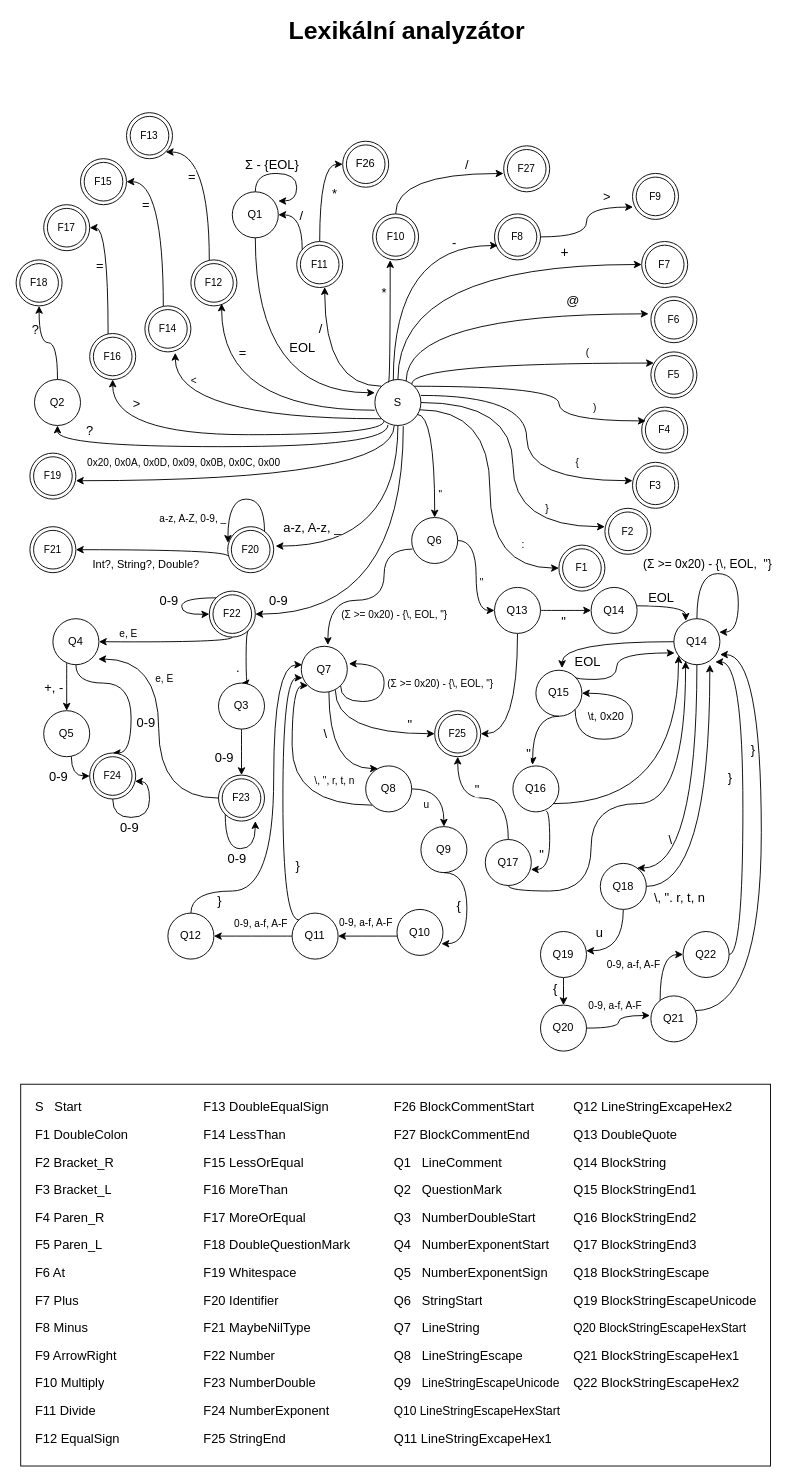
Before: doc/ifj23.drawio in IFJ23-Survivalists/IFJ23, a draw.io diagram. Source tidied: cells renumbered, new cells numbered last; positions are measured from the earlier drawing's top-left corner, leaving out a move shared by most shapes. Both pictures are drawn from the tidied source at 92%, with x=0, y=0 at pixel (16, 17).
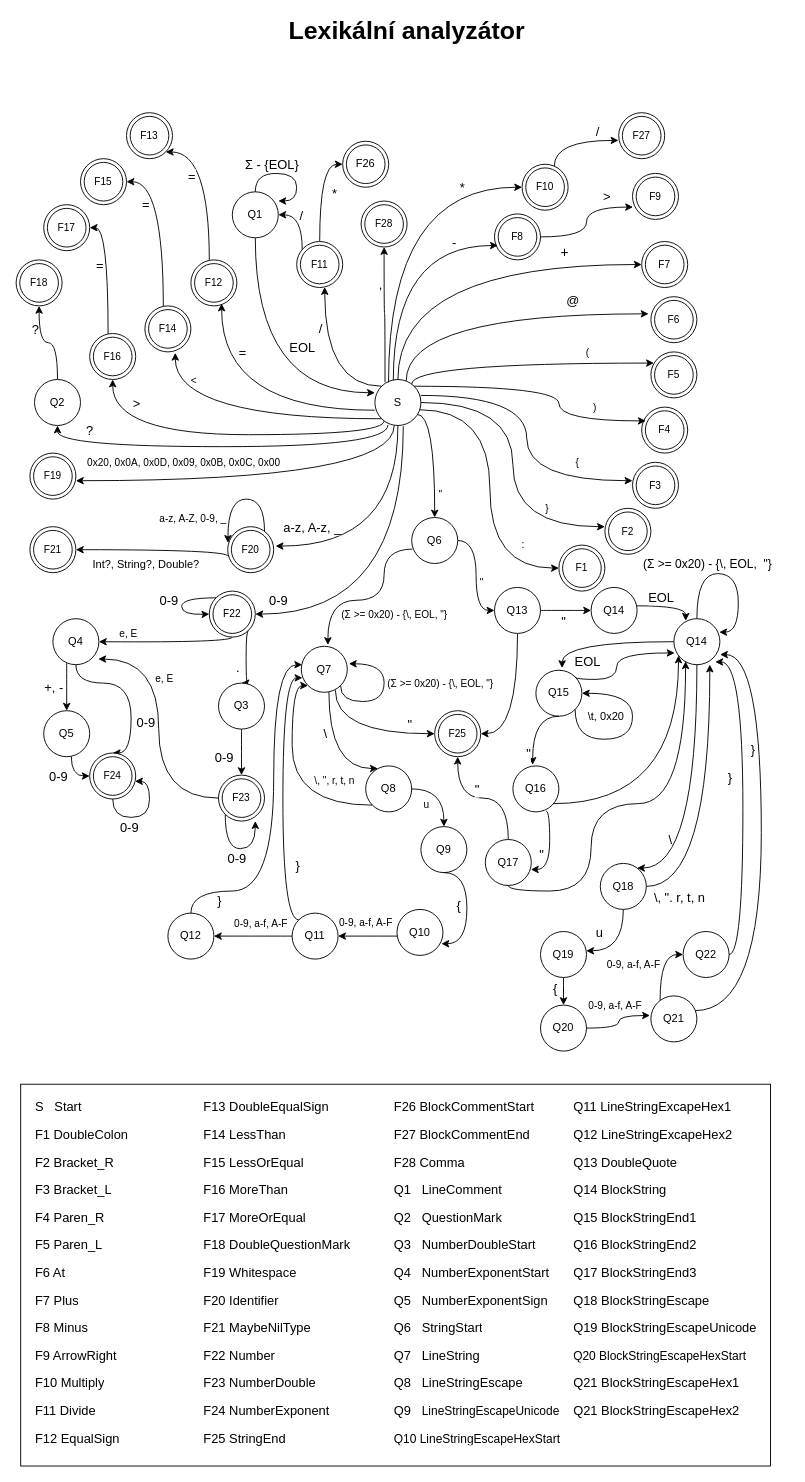
Above is the later version.

Commit message (it also covers changes not shown here):
Add support for comma and remove the combined image of the finite automata

Unchanged cells that the change refers to:
```xml
<mxCell id="16" value="S" style="ellipse;whiteSpace=wrap;html=1;" parent="1" vertex="1">
  <mxGeometry x="390" y="394" width="50" height="50" as="geometry" />
</mxCell>
```

Change to the diagram source:
```diff
@@
+    <mxCell id="245" style="edgeStyle=orthogonalEdgeStyle;rounded=0;jettySize=auto;html=1;exitX=0.22;exitY=0.06;exitDx=0;exitDy=0;curved=1;exitPerimeter=0;" parent="1" edge="1" source="16" target="247">
+      <mxGeometry relative="1" as="geometry" />
+    </mxCell>
+    <mxCell id="246" value="," style="edgeLabel;html=1;align=center;verticalAlign=middle;fontSize=14;" parent="245" vertex="1">
+      <mxGeometry x="0.19" y="1" relative="1" as="geometry">
+        <mxPoint x="-4" y="-20" as="offset" />
+      </mxGeometry>
+    </mxCell>
@@
     <mxCell id="168" value="Q13 DoubleQuote" style="text;strokeColor=none;fillColor=none;align=left;verticalAlign=middle;spacingLeft=4;spacingRight=4;overflow=hidden;whiteSpace=wrap;html=1;fontSize=14;fontFamily=Helvetica;fontColor=default;" parent="1" vertex="1">
-      <mxGeometry x="600" y="1200" width="190" height="30" as="geometry" />
+      <mxGeometry x="600" y="1230" width="190" height="30" as="geometry" />
     </mxCell>
     <mxCell id="169" value="Q1&amp;nbsp;&amp;nbsp; LineComment" style="text;strokeColor=none;fillColor=none;align=left;verticalAlign=middle;spacingLeft=4;spacingRight=4;overflow=hidden;whiteSpace=wrap;html=1;fontSize=14;fontFamily=Helvetica;fontColor=default;" parent="1" vertex="1">
-      <mxGeometry x="405" y="1230" width="200" height="30" as="geometry" />
+      <mxGeometry x="405" y="1260" width="200" height="30" as="geometry" />
     </mxCell>
@@
     <mxCell id="172" value="Q14 BlockString" style="text;strokeColor=none;fillColor=none;align=left;verticalAlign=middle;spacingLeft=4;spacingRight=4;overflow=hidden;whiteSpace=wrap;html=1;fontSize=14;fontFamily=Helvetica;fontColor=default;" parent="1" vertex="1">
-      <mxGeometry x="600" y="1230" width="190" height="30" as="geometry" />
+      <mxGeometry x="600" y="1260" width="190" height="30" as="geometry" />
     </mxCell>
@@
     <mxCell id="175" value="Q15 BlockStringEnd1" style="text;strokeColor=none;fillColor=none;align=left;verticalAlign=middle;spacingLeft=4;spacingRight=4;overflow=hidden;whiteSpace=wrap;html=1;fontSize=14;fontFamily=Helvetica;fontColor=default;" parent="1" vertex="1">
-      <mxGeometry x="600" y="1260" width="190" height="30" as="geometry" />
+      <mxGeometry x="600" y="1290" width="190" height="30" as="geometry" />
     </mxCell>
@@
     <mxCell id="178" value="Q16 BlockStringEnd2" style="text;strokeColor=none;fillColor=none;align=left;verticalAlign=middle;spacingLeft=4;spacingRight=4;overflow=hidden;whiteSpace=wrap;html=1;fontSize=14;fontFamily=Helvetica;fontColor=default;" parent="1" vertex="1">
-      <mxGeometry x="600" y="1290" width="190" height="30" as="geometry" />
+      <mxGeometry x="600" y="1320" width="190" height="30" as="geometry" />
     </mxCell>
     <mxCell id="179" value="Q2 &amp;nbsp; QuestionMark" style="text;strokeColor=none;fillColor=none;align=left;verticalAlign=middle;spacingLeft=4;spacingRight=4;overflow=hidden;whiteSpace=wrap;html=1;fontSize=14;fontFamily=Helvetica;fontColor=default;" parent="1" vertex="1">
-      <mxGeometry x="405" y="1260" width="200" height="30" as="geometry" />
+      <mxGeometry x="405" y="1290" width="200" height="30" as="geometry" />
     </mxCell>
@@
     <mxCell id="182" value="Q18 BlockStringEscape" style="text;strokeColor=none;fillColor=none;align=left;verticalAlign=middle;spacingLeft=4;spacingRight=4;overflow=hidden;whiteSpace=wrap;html=1;fontSize=14;fontFamily=Helvetica;fontColor=default;" parent="1" vertex="1">
-      <mxGeometry x="600" y="1350" width="190" height="30" as="geometry" />
+      <mxGeometry x="600" y="1380" width="190" height="30" as="geometry" />
     </mxCell>
     <mxCell id="183" value="Q3 &amp;nbsp; NumberDoubleStart" style="text;strokeColor=none;fillColor=none;align=left;verticalAlign=middle;spacingLeft=4;spacingRight=4;overflow=hidden;whiteSpace=wrap;html=1;fontSize=14;fontFamily=Helvetica;fontColor=default;" parent="1" vertex="1">
-      <mxGeometry x="405" y="1290" width="200" height="30" as="geometry" />
+      <mxGeometry x="405" y="1320" width="200" height="30" as="geometry" />
     </mxCell>
@@
     <mxCell id="186" value="Q19 BlockStringEscapeUnicode" style="text;strokeColor=none;fillColor=none;align=left;verticalAlign=middle;spacingLeft=4;spacingRight=4;overflow=hidden;whiteSpace=wrap;html=1;fontSize=14;fontFamily=Helvetica;fontColor=default;" parent="1" vertex="1">
-      <mxGeometry x="600" y="1380" width="210" height="30" as="geometry" />
+      <mxGeometry x="600" y="1410" width="210" height="30" as="geometry" />
     </mxCell>
     <mxCell id="187" value="&lt;div&gt;Q4&amp;nbsp;&amp;nbsp; NumberExponentStart&lt;/div&gt;" style="text;strokeColor=none;fillColor=none;align=left;verticalAlign=middle;spacingLeft=4;spacingRight=4;overflow=hidden;whiteSpace=wrap;html=1;fontSize=14;fontFamily=Helvetica;fontColor=default;" parent="1" vertex="1">
-      <mxGeometry x="405" y="1320" width="200" height="30" as="geometry" />
+      <mxGeometry x="405" y="1350" width="200" height="30" as="geometry" />
     </mxCell>
@@
     <mxCell id="190" value="Q20 BlockStringEscapeHexStart" style="text;strokeColor=none;fillColor=none;align=left;verticalAlign=middle;spacingLeft=4;spacingRight=4;overflow=hidden;whiteSpace=wrap;html=1;fontSize=13;fontFamily=Helvetica;fontColor=default;" parent="1" vertex="1">
-      <mxGeometry x="600" y="1410" width="210" height="30" as="geometry" />
+      <mxGeometry x="600" y="1440" width="210" height="30" as="geometry" />
     </mxCell>
     <mxCell id="191" value="Q5 &amp;nbsp; NumberExponentSign" style="text;strokeColor=none;fillColor=none;align=left;verticalAlign=middle;spacingLeft=4;spacingRight=4;overflow=hidden;whiteSpace=wrap;html=1;fontSize=14;fontFamily=Helvetica;fontColor=default;" parent="1" vertex="1">
-      <mxGeometry x="405" y="1350" width="200" height="30" as="geometry" />
+      <mxGeometry x="405" y="1380" width="200" height="30" as="geometry" />
     </mxCell>
@@
     <mxCell id="194" value="Q21 BlockStringEscapeHex1" style="text;strokeColor=none;fillColor=none;align=left;verticalAlign=middle;spacingLeft=4;spacingRight=4;overflow=hidden;whiteSpace=wrap;html=1;fontSize=14;fontFamily=Helvetica;fontColor=default;" parent="1" vertex="1">
-      <mxGeometry x="600" y="1440" width="205" height="30" as="geometry" />
+      <mxGeometry x="600" y="1470" width="205" height="30" as="geometry" />
     </mxCell>
     <mxCell id="195" value="Q6 &amp;nbsp; StringStart" style="text;strokeColor=none;fillColor=none;align=left;verticalAlign=middle;spacingLeft=4;spacingRight=4;overflow=hidden;whiteSpace=wrap;html=1;fontSize=14;fontFamily=Helvetica;fontColor=default;" parent="1" vertex="1">
-      <mxGeometry x="405" y="1380" width="200" height="30" as="geometry" />
+      <mxGeometry x="405" y="1410" width="200" height="30" as="geometry" />
     </mxCell>
@@
-    <mxCell id="198" value="Q22 BlockStringEscapeHex2" style="text;strokeColor=none;fillColor=none;align=left;verticalAlign=middle;spacingLeft=4;spacingRight=4;overflow=hidden;whiteSpace=wrap;html=1;fontSize=14;fontFamily=Helvetica;fontColor=default;" parent="1" vertex="1">
-      <mxGeometry x="600" y="1470" width="195" height="30" as="geometry" />
+    <mxCell id="198" value="Q21 BlockStringEscapeHex2" style="text;strokeColor=none;fillColor=none;align=left;verticalAlign=middle;spacingLeft=4;spacingRight=4;overflow=hidden;whiteSpace=wrap;html=1;fontSize=14;fontFamily=Helvetica;fontColor=default;" parent="1" vertex="1">
+      <mxGeometry x="600" y="1500" width="195" height="30" as="geometry" />
     </mxCell>
     <mxCell id="199" value="Q7 &amp;nbsp; LineString" style="text;strokeColor=none;fillColor=none;align=left;verticalAlign=middle;spacingLeft=4;spacingRight=4;overflow=hidden;whiteSpace=wrap;html=1;fontSize=14;fontFamily=Helvetica;fontColor=default;" parent="1" vertex="1">
-      <mxGeometry x="405" y="1410" width="200" height="30" as="geometry" />
+      <mxGeometry x="405" y="1440" width="200" height="30" as="geometry" />
     </mxCell>
@@
     <mxCell id="202" value="Q8 &amp;nbsp; LineStringEscape" style="text;strokeColor=none;fillColor=none;align=left;verticalAlign=middle;spacingLeft=4;spacingRight=4;overflow=hidden;whiteSpace=wrap;html=1;fontSize=14;fontFamily=Helvetica;fontColor=default;" parent="1" vertex="1">
-      <mxGeometry x="405" y="1440" width="200" height="30" as="geometry" />
+      <mxGeometry x="405" y="1470" width="200" height="30" as="geometry" />
     </mxCell>
@@
     <mxCell id="205" value="Q9 &amp;nbsp; &lt;font style=&quot;font-size: 13px;&quot;&gt;LineStringEscapeUnicode&lt;/font&gt;" style="text;strokeColor=none;fillColor=none;align=left;verticalAlign=middle;spacingLeft=4;spacingRight=4;overflow=hidden;whiteSpace=wrap;html=1;fontSize=14;fontFamily=Helvetica;fontColor=default;" parent="1" vertex="1">
-      <mxGeometry x="405" y="1470" width="200" height="30" as="geometry" />
+      <mxGeometry x="405" y="1500" width="200" height="30" as="geometry" />
     </mxCell>
@@
     <mxCell id="208" value="Q10 LineStringEscapeHexStart" style="text;strokeColor=none;fillColor=none;align=left;verticalAlign=middle;spacingLeft=4;spacingRight=4;overflow=hidden;whiteSpace=wrap;html=1;fontSize=13;fontFamily=Helvetica;fontColor=default;" parent="1" vertex="1">
-      <mxGeometry x="405" y="1500" width="200" height="30" as="geometry" />
+      <mxGeometry x="405" y="1530" width="200" height="30" as="geometry" />
     </mxCell>
@@
     <mxCell id="211" value="Q11 LineStringExcapeHex1" style="text;strokeColor=none;fillColor=none;align=left;verticalAlign=middle;spacingLeft=4;spacingRight=4;overflow=hidden;whiteSpace=wrap;html=1;fontSize=14;fontFamily=Helvetica;fontColor=default;" parent="1" vertex="1">
-      <mxGeometry x="405" y="1530" width="200" height="30" as="geometry" />
+      <mxGeometry x="600" y="1170" width="200" height="30" as="geometry" />
     </mxCell>
@@
     <mxCell id="213" value="Q12 LineStringExcapeHex2" style="text;strokeColor=none;fillColor=none;align=left;verticalAlign=middle;spacingLeft=4;spacingRight=4;overflow=hidden;whiteSpace=wrap;html=1;fontSize=14;fontFamily=Helvetica;fontColor=default;" parent="1" vertex="1">
-      <mxGeometry x="600" y="1170" width="200" height="30" as="geometry" />
+      <mxGeometry x="600" y="1200" width="200" height="30" as="geometry" />
     </mxCell>
@@
     <mxCell id="222" value="F27" style="ellipse;shape=doubleEllipse;whiteSpace=wrap;html=1;fontFamily=Helvetica;fontSize=11;fontColor=default;" parent="1" vertex="1">
-      <mxGeometry x="530" y="140" width="50" height="50" as="geometry" />
+      <mxGeometry x="655" y="104" width="50" height="50" as="geometry" />
     </mxCell>
     <mxCell id="223" value="F10" style="ellipse;shape=doubleEllipse;whiteSpace=wrap;html=1;fontFamily=Helvetica;fontSize=11;fontColor=default;" parent="1" vertex="1">
-      <mxGeometry x="387.5" y="214" width="50" height="50" as="geometry" />
+      <mxGeometry x="550" y="160" width="50" height="50" as="geometry" />
     </mxCell>
-    <mxCell id="224" style="edgeStyle=orthogonalEdgeStyle;rounded=0;jettySize=auto;html=1;entryX=0.382;entryY=1.005;entryDx=0;entryDy=0;curved=1;exitX=0.296;exitY=0.064;exitDx=0;exitDy=0;exitPerimeter=0;entryPerimeter=0;" parent="1" edge="1" source="16" target="223">
+    <mxCell id="224" style="edgeStyle=orthogonalEdgeStyle;rounded=0;jettySize=auto;html=1;entryX=0;entryY=0.5;entryDx=0;entryDy=0;curved=1;exitX=0.296;exitY=0.064;exitDx=0;exitDy=0;exitPerimeter=0;" parent="1" edge="1" source="16" target="223">
       <mxGeometry relative="1" as="geometry">
         <Array as="points">
-          <mxPoint x="407" y="397" />
-          <mxPoint x="407" y="264" />
+          <mxPoint x="405" y="185" />
         </Array>
       </mxGeometry>
     </mxCell>
     <mxCell id="225" value="*" style="edgeLabel;html=1;align=center;verticalAlign=middle;fontSize=14;" parent="224" vertex="1">
       <mxGeometry x="0.48" y="2" relative="1" as="geometry">
-        <mxPoint x="-5" as="offset" />
+        <mxPoint x="28" y="2" as="offset" />
       </mxGeometry>
     </mxCell>
     <mxCell id="226" style="edgeStyle=orthogonalEdgeStyle;rounded=0;jettySize=auto;html=1;entryX=-0.004;entryY=0.602;entryDx=0;entryDy=0;entryPerimeter=0;curved=1;" parent="1" edge="1" source="223" target="222">
       <mxGeometry relative="1" as="geometry">
         <Array as="points">
-          <mxPoint x="412" y="170" />
+          <mxPoint x="585" y="134" />
         </Array>
       </mxGeometry>
     </mxCell>
@@
     <mxCell id="244" value="Q17 BlockStringEnd3" style="text;strokeColor=none;fillColor=none;align=left;verticalAlign=middle;spacingLeft=4;spacingRight=4;overflow=hidden;whiteSpace=wrap;html=1;fontSize=14;fontFamily=Helvetica;fontColor=default;" parent="1" vertex="1">
-      <mxGeometry x="600" y="1320" width="190" height="30" as="geometry" />
+      <mxGeometry x="600" y="1350" width="190" height="30" as="geometry" />
     </mxCell>
+    <mxCell id="247" value="F28" style="ellipse;shape=doubleEllipse;whiteSpace=wrap;html=1;fontFamily=Helvetica;fontSize=11;fontColor=default;" parent="1" vertex="1">
+      <mxGeometry x="375" y="200" width="50" height="50" as="geometry" />
+    </mxCell>
+    <mxCell id="248" value="F28 Comma" style="text;strokeColor=none;fillColor=none;align=left;verticalAlign=middle;spacingLeft=4;spacingRight=4;overflow=hidden;whiteSpace=wrap;html=1;fontSize=14;fontFamily=Helvetica;fontColor=default;" parent="1" vertex="1">
+      <mxGeometry x="405" y="1230" width="190" height="30" as="geometry" />
+    </mxCell>
```
